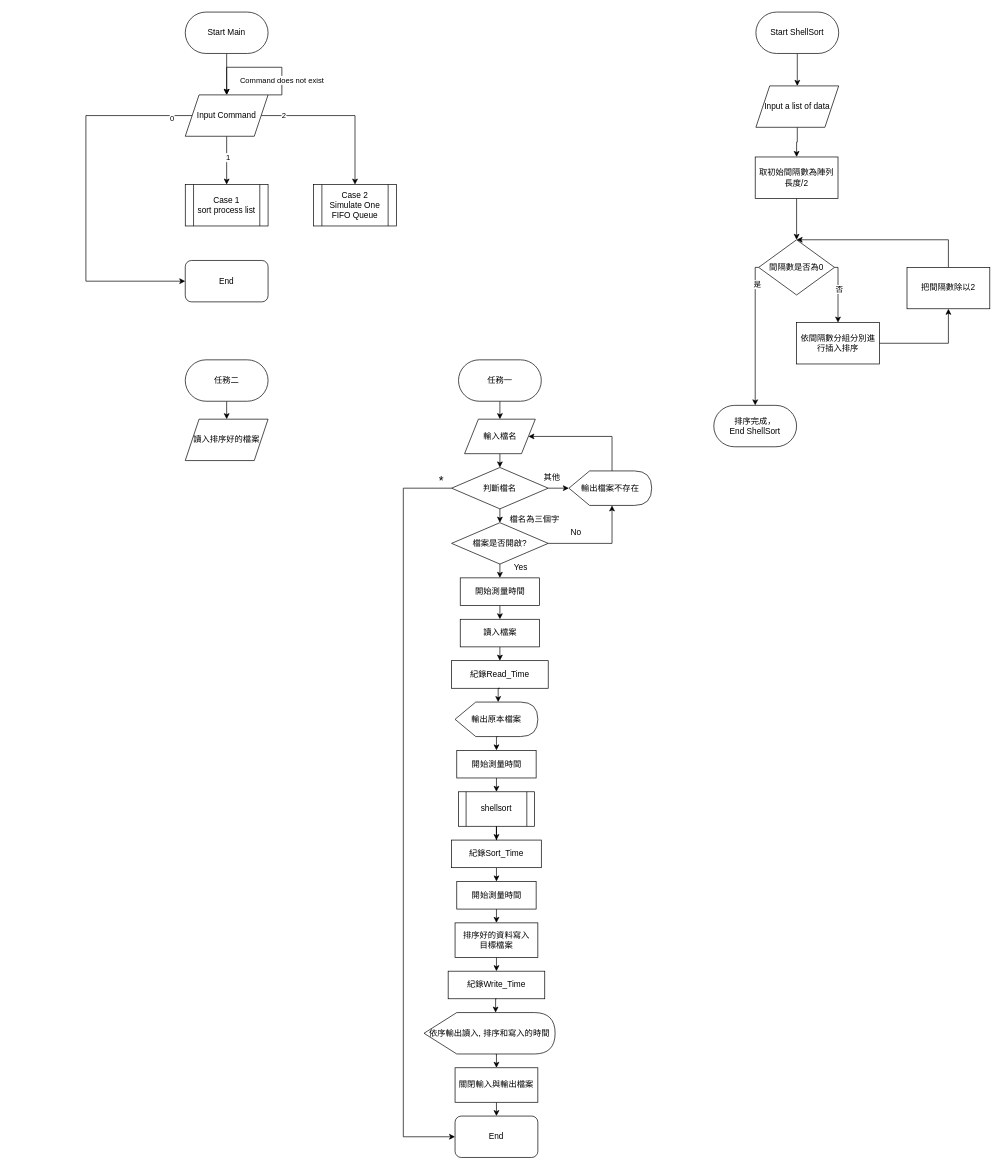
Earlier version of the draw.io diagram DS1ex3_19_11127137_11127152/DS1ex3.drawio (ja-errorpro/CYCS_DS). Source tidied: cells renumbered, new cells numbered last; positions are measured from the earlier drawing's top-left corner, leaving out a move shared by most shapes. Both pictures are drawn from the tidied source at 69%, with x=0, y=0 at pixel (86, 12).
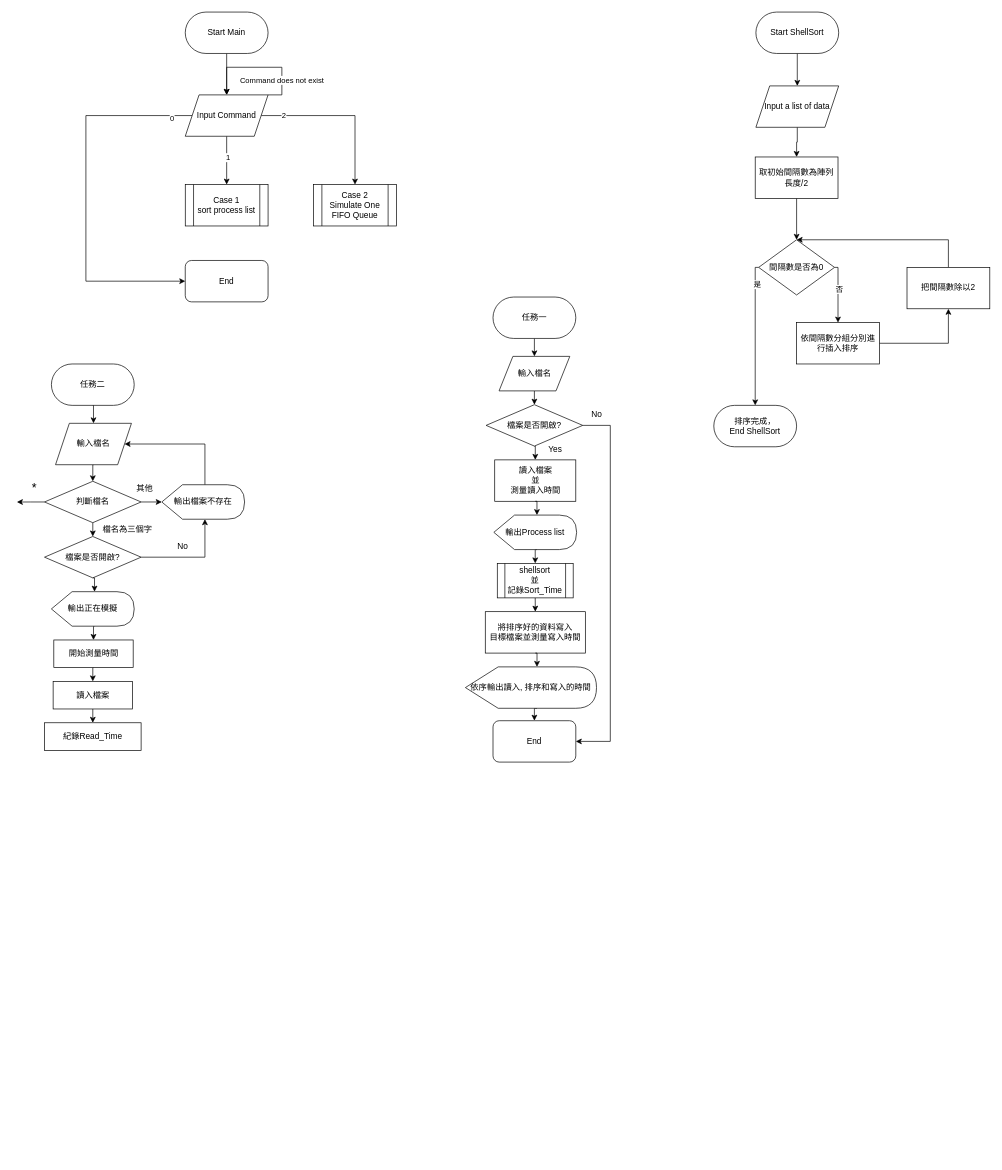
After the change.

The edit, as a diff of the source:
```diff
@@
     <mxCell id="33" value="任務二" style="rounded=1;whiteSpace=wrap;html=1;arcSize=50;" parent="1" vertex="1">
-      <mxGeometry x="144" y="504" width="120" height="60" as="geometry" />
+      <mxGeometry x="-50" y="510" width="120" height="60" as="geometry" />
     </mxCell>
+    <mxCell id="78" style="edgeStyle=orthogonalEdgeStyle;rounded=0;jettySize=auto;html=1;exitX=0.5;exitY=1;exitDx=0;exitDy=0;entryX=0.5;entryY=0;entryDx=0;entryDy=0;" parent="1" edge="1" source="34" target="40">
+      <mxGeometry relative="1" as="geometry" />
+    </mxCell>
-    <mxCell id="34" value="讀入排序好的檔案" style="shape=parallelogram;perimeter=parallelogramPerimeter;whiteSpace=wrap;html=1;fixedSize=1;" parent="1" vertex="1">
-      <mxGeometry x="144" y="590" width="120" height="60" as="geometry" />
+    <mxCell id="34" value="輸入檔名" style="shape=parallelogram;perimeter=parallelogramPerimeter;whiteSpace=wrap;html=1;fixedSize=1;" parent="1" vertex="1">
+      <mxGeometry x="-44" y="596" width="110" height="60" as="geometry" />
     </mxCell>
     <mxCell id="35" style="edgeStyle=orthogonalEdgeStyle;rounded=0;jettySize=auto;html=1;exitX=0.5;exitY=1;exitDx=0;exitDy=0;entryX=0.5;entryY=0;entryDx=0;entryDy=0;" parent="1" edge="1" source="36">
       <mxGeometry relative="1" as="geometry">
-        <mxPoint x="600" y="590" as="targetPoint" />
+        <mxPoint x="650" y="499" as="targetPoint" />
       </mxGeometry>
     </mxCell>
     <mxCell id="36" value="任務一" style="rounded=1;whiteSpace=wrap;html=1;arcSize=50;" parent="1" vertex="1">
-      <mxGeometry x="540" y="504" width="120" height="60" as="geometry" />
+      <mxGeometry x="590" y="413" width="120" height="60" as="geometry" />
     </mxCell>
-    <mxCell id="37" style="edgeStyle=orthogonalEdgeStyle;rounded=0;jettySize=auto;html=1;exitX=0.5;exitY=1;exitDx=0;exitDy=0;entryX=0.5;entryY=0;entryDx=0;entryDy=0;" parent="1" edge="1" target="40">
+    <mxCell id="37" style="edgeStyle=orthogonalEdgeStyle;rounded=0;orthogonalLoop=1;jettySize=auto;html=1;exitX=0.5;exitY=1;exitDx=0;exitDy=0;entryX=0.5;entryY=0;entryDx=0;entryDy=0;" parent="1" edge="1">
       <mxGeometry relative="1" as="geometry">
-        <mxPoint x="600" y="640" as="sourcePoint" />
+        <mxPoint x="650" y="549" as="sourcePoint" />
+        <mxPoint x="650" y="569" as="targetPoint" />
       </mxGeometry>
     </mxCell>
-    <mxCell id="38" style="edgeStyle=orthogonalEdgeStyle;rounded=0;jettySize=auto;html=1;exitX=0.5;exitY=1;exitDx=0;exitDy=0;entryX=0.5;entryY=0;entryDx=0;entryDy=0;" parent="1" edge="1" source="40">
-      <mxGeometry relative="1" as="geometry">
-        <mxPoint x="600" y="740" as="targetPoint" />
-      </mxGeometry>
-    </mxCell>
-    <mxCell id="39" style="edgeStyle=orthogonalEdgeStyle;rounded=0;jettySize=auto;html=1;exitX=0;exitY=0.5;exitDx=0;exitDy=0;entryX=0;entryY=0.5;entryDx=0;entryDy=0;" parent="1" edge="1" source="40" target="58">
-      <mxGeometry relative="1" as="geometry">
-        <Array as="points">
-          <mxPoint x="460" y="690" />
-          <mxPoint x="460" y="1630" />
-        </Array>
-      </mxGeometry>
-    </mxCell>
+    <mxCell id="43" value="讀入檔案&lt;br&gt;並&lt;br&gt;測量讀入時間" style="rounded=0;whiteSpace=wrap;html=1;" parent="1" vertex="1">
+      <mxGeometry x="592.5" y="649" width="117.5" height="60" as="geometry" />
+    </mxCell>
+    <mxCell id="79" style="edgeStyle=orthogonalEdgeStyle;rounded=0;jettySize=auto;html=1;exitX=0;exitY=0;exitDx=62.5;exitDy=50;exitPerimeter=0;entryX=0.5;entryY=0;entryDx=0;entryDy=0;" parent="1" edge="1" source="48" target="67">
+      <mxGeometry relative="1" as="geometry" />
+    </mxCell>
+    <mxCell id="48" value="輸出Process list" style="shape=display;whiteSpace=wrap;html=1;" parent="1" vertex="1">
+      <mxGeometry x="591.2" y="729" width="120" height="50" as="geometry" />
+    </mxCell>
+    <mxCell id="53" value="將排序好的資料寫入&lt;br&gt;目標檔案並測量寫入時間" style="rounded=0;whiteSpace=wrap;html=1;" parent="1" vertex="1">
+      <mxGeometry x="578.8" y="869" width="145" height="60" as="geometry" />
+    </mxCell>
+    <mxCell id="80" style="edgeStyle=orthogonalEdgeStyle;rounded=0;jettySize=auto;html=1;exitX=0;exitY=0;exitDx=103.75;exitDy=60;exitPerimeter=0;entryX=0.5;entryY=0;entryDx=0;entryDy=0;" parent="1" edge="1" source="55" target="58">
+      <mxGeometry relative="1" as="geometry" />
+    </mxCell>
+    <mxCell id="55" value="依序輸出讀入, 排序和寫入的時間" style="shape=display;whiteSpace=wrap;html=1;" parent="1" vertex="1">
+      <mxGeometry x="550" y="949" width="190" height="60" as="geometry" />
+    </mxCell>
+    <mxCell id="58" value="End" style="rounded=1;whiteSpace=wrap;html=1;" parent="1" vertex="1">
+      <mxGeometry x="590" y="1027" width="120" height="60" as="geometry" />
+    </mxCell>
+    <mxCell id="61" value="輸入檔名" style="shape=parallelogram;perimeter=parallelogramPerimeter;whiteSpace=wrap;html=1;fixedSize=1;" parent="1" vertex="1">
+      <mxGeometry x="598.8" y="499" width="102.5" height="50" as="geometry" />
+    </mxCell>
+    <mxCell id="62" style="edgeStyle=orthogonalEdgeStyle;rounded=0;jettySize=auto;html=1;exitX=0.5;exitY=1;exitDx=0;exitDy=0;entryX=0.5;entryY=0;entryDx=0;entryDy=0;" parent="1" edge="1" source="63" target="43">
+      <mxGeometry relative="1" as="geometry" />
+    </mxCell>
+    <mxCell id="81" style="edgeStyle=orthogonalEdgeStyle;rounded=0;jettySize=auto;html=1;exitX=1;exitY=0.5;exitDx=0;exitDy=0;entryX=1;entryY=0.5;entryDx=0;entryDy=0;" parent="1" edge="1" source="63" target="58">
+      <mxGeometry relative="1" as="geometry">
+        <Array as="points">
+          <mxPoint x="760" y="599" />
+          <mxPoint x="760" y="1057" />
+        </Array>
+      </mxGeometry>
+    </mxCell>
+    <mxCell id="63" value="檔案是否開啟?" style="rhombus;whiteSpace=wrap;html=1;" parent="1" vertex="1">
+      <mxGeometry x="580" y="569" width="140" height="60" as="geometry" />
+    </mxCell>
+    <mxCell id="82" style="edgeStyle=orthogonalEdgeStyle;rounded=0;jettySize=auto;html=1;exitX=0.5;exitY=1;exitDx=0;exitDy=0;entryX=0.5;entryY=0;entryDx=0;entryDy=0;" parent="1" edge="1" source="67" target="53">
+      <mxGeometry relative="1" as="geometry" />
+    </mxCell>
+    <mxCell id="67" value="shellsort&lt;br&gt;並&lt;br&gt;記錄Sort_Time" style="shape=process;whiteSpace=wrap;html=1;backgroundOutline=1;" parent="1" vertex="1">
+      <mxGeometry x="596.2" y="799" width="110" height="50" as="geometry" />
+    </mxCell>
+    <mxCell id="74" value="No" style="text;html=1;align=center;verticalAlign=middle;strokeColor=none;fillColor=none;" parent="1" vertex="1">
+      <mxGeometry x="720" y="569" width="40" height="30" as="geometry" />
+    </mxCell>
+    <mxCell id="75" value="Yes" style="text;html=1;align=center;verticalAlign=middle;strokeColor=none;fillColor=none;" parent="1" vertex="1">
+      <mxGeometry x="660" y="619" width="40" height="30" as="geometry" />
+    </mxCell>
+    <mxCell id="83" style="edgeStyle=orthogonalEdgeStyle;rounded=0;jettySize=auto;html=1;exitX=0;exitY=0.5;exitDx=0;exitDy=0;" parent="1" edge="1" source="40">
+      <mxGeometry relative="1" as="geometry">
+        <mxPoint x="-100" y="710.1" as="targetPoint" />
+      </mxGeometry>
+    </mxCell>
+    <mxCell id="84" style="edgeStyle=orthogonalEdgeStyle;rounded=0;jettySize=auto;html=1;exitX=0.5;exitY=1;exitDx=0;exitDy=0;entryX=0.5;entryY=0;entryDx=0;entryDy=0;" parent="1" edge="1" source="40" target="86">
+      <mxGeometry relative="1" as="geometry" />
+    </mxCell>
     <mxCell id="40" value="判斷檔名" style="rhombus;whiteSpace=wrap;html=1;" parent="1" vertex="1">
-      <mxGeometry x="530" y="660" width="140" height="60" as="geometry" />
+      <mxGeometry x="-60" y="680" width="140" height="60" as="geometry" />
     </mxCell>
+    <mxCell id="68" value="&lt;font style=&quot;font-size: 18px;&quot;&gt;*&lt;/font&gt;" style="text;html=1;align=center;verticalAlign=middle;strokeColor=none;fillColor=none;" parent="1" vertex="1">
+      <mxGeometry x="-90" y="670" width="30" height="40" as="geometry" />
+    </mxCell>
+    <mxCell id="85" style="edgeStyle=orthogonalEdgeStyle;rounded=0;jettySize=auto;html=1;exitX=0;exitY=0;exitDx=62.500000000000014;exitDy=0;exitPerimeter=0;entryX=1;entryY=0.5;entryDx=0;entryDy=0;" parent="1" edge="1" source="70" target="34">
+      <mxGeometry relative="1" as="geometry">
+        <Array as="points">
+          <mxPoint x="173" y="626" />
+        </Array>
+      </mxGeometry>
+    </mxCell>
+    <mxCell id="70" value="輸出檔案不存在" style="shape=display;whiteSpace=wrap;html=1;" parent="1" vertex="1">
+      <mxGeometry x="110" y="685" width="120" height="50" as="geometry" />
+    </mxCell>
+    <mxCell id="71" style="edgeStyle=orthogonalEdgeStyle;rounded=0;jettySize=auto;html=1;exitX=1;exitY=0.5;exitDx=0;exitDy=0;entryX=0;entryY=0.5;entryDx=0;entryDy=0;entryPerimeter=0;" parent="1" edge="1" source="40" target="70">
+      <mxGeometry relative="1" as="geometry" />
+    </mxCell>
+    <mxCell id="72" value="其他" style="text;html=1;align=center;verticalAlign=middle;strokeColor=none;fillColor=none;" parent="1" vertex="1">
+      <mxGeometry x="60" y="675" width="50" height="30" as="geometry" />
+    </mxCell>
+    <mxCell id="86" value="檔案是否開啟?" style="rhombus;whiteSpace=wrap;html=1;" parent="1" vertex="1">
+      <mxGeometry x="-60" y="760" width="140" height="60" as="geometry" />
+    </mxCell>
     <mxCell id="41" value="檔名為三個字" style="text;html=1;align=center;verticalAlign=middle;strokeColor=none;fillColor=none;" parent="1" vertex="1">
-      <mxGeometry x="600" y="720" width="100" height="30" as="geometry" />
+      <mxGeometry x="10" y="735" width="100" height="30" as="geometry" />
     </mxCell>
-    <mxCell id="42" style="edgeStyle=orthogonalEdgeStyle;rounded=0;jettySize=auto;html=1;exitX=0.5;exitY=1;exitDx=0;exitDy=0;entryX=0.5;entryY=0;entryDx=0;entryDy=0;" parent="1" edge="1" source="43" target="45">
-      <mxGeometry relative="1" as="geometry" />
-    </mxCell>
-    <mxCell id="43" value="開始測量時間" style="rounded=0;whiteSpace=wrap;html=1;" parent="1" vertex="1">
-      <mxGeometry x="542.5" y="820" width="115" height="40" as="geometry" />
-    </mxCell>
+    <mxCell id="87" style="edgeStyle=orthogonalEdgeStyle;rounded=0;jettySize=auto;html=1;exitX=1;exitY=0.5;exitDx=0;exitDy=0;entryX=0;entryY=0;entryDx=62.500000000000014;entryDy=50;entryPerimeter=0;" parent="1" edge="1" source="86" target="70">
+      <mxGeometry relative="1" as="geometry" />
+    </mxCell>
+    <mxCell id="88" value="No" style="text;html=1;align=center;verticalAlign=middle;strokeColor=none;fillColor=none;" parent="1" vertex="1">
+      <mxGeometry x="120" y="760" width="40" height="30" as="geometry" />
+    </mxCell>
+    <mxCell id="89" style="edgeStyle=orthogonalEdgeStyle;rounded=0;jettySize=auto;html=1;exitX=0;exitY=0;exitDx=62.500000000000014;exitDy=50;exitPerimeter=0;entryX=0.5;entryY=0;entryDx=0;entryDy=0;" parent="1" edge="1" source="90" target="93">
+      <mxGeometry relative="1" as="geometry" />
+    </mxCell>
+    <mxCell id="90" value="輸出正在模擬" style="shape=display;whiteSpace=wrap;html=1;" parent="1" vertex="1">
+      <mxGeometry x="-50" y="840" width="120" height="50" as="geometry" />
+    </mxCell>
+    <mxCell id="91" style="edgeStyle=orthogonalEdgeStyle;rounded=0;jettySize=auto;html=1;exitX=0.5;exitY=1;exitDx=0;exitDy=0;entryX=0;entryY=0;entryDx=62.500000000000014;entryDy=0;entryPerimeter=0;" parent="1" edge="1" source="86" target="90">
+      <mxGeometry relative="1" as="geometry" />
+    </mxCell>
+    <mxCell id="92" style="edgeStyle=orthogonalEdgeStyle;rounded=0;jettySize=auto;html=1;exitX=0.5;exitY=1;exitDx=0;exitDy=0;entryX=0.5;entryY=0;entryDx=0;entryDy=0;" parent="1" edge="1" source="93" target="45">
+      <mxGeometry relative="1" as="geometry" />
+    </mxCell>
+    <mxCell id="93" value="開始測量時間" style="rounded=0;whiteSpace=wrap;html=1;" parent="1" vertex="1">
+      <mxGeometry x="-46.5" y="910" width="115" height="40" as="geometry" />
+    </mxCell>
@@
     <mxCell id="45" value="讀入檔案" style="rounded=0;whiteSpace=wrap;html=1;" parent="1" vertex="1">
-      <mxGeometry x="542.5" y="880" width="115" height="40" as="geometry" />
+      <mxGeometry x="-47.5" y="970" width="115" height="40" as="geometry" />
     </mxCell>
     <mxCell id="46" value="紀錄Read_Time" style="rounded=0;whiteSpace=wrap;html=1;" parent="1" vertex="1">
-      <mxGeometry x="530" y="940" width="140" height="40" as="geometry" />
+      <mxGeometry x="-60" y="1030" width="140" height="40" as="geometry" />
     </mxCell>
-    <mxCell id="47" style="edgeStyle=orthogonalEdgeStyle;rounded=0;jettySize=auto;html=1;exitX=0;exitY=0;exitDx=62.5;exitDy=50;exitPerimeter=0;entryX=0.5;entryY=0;entryDx=0;entryDy=0;" parent="1" edge="1" source="48" target="60">
-      <mxGeometry relative="1" as="geometry" />
-    </mxCell>
-    <mxCell id="48" value="輸出原本檔案" style="shape=display;whiteSpace=wrap;html=1;" parent="1" vertex="1">
-      <mxGeometry x="535" y="1000" width="120" height="50" as="geometry" />
-    </mxCell>
-    <mxCell id="49" style="edgeStyle=orthogonalEdgeStyle;rounded=0;jettySize=auto;html=1;exitX=0.5;exitY=1;exitDx=0;exitDy=0;entryX=0.5;entryY=0;entryDx=0;entryDy=0;" parent="1" edge="1" source="50" target="65">
-      <mxGeometry relative="1" as="geometry" />
-    </mxCell>
-    <mxCell id="50" value="紀錄Sort_Time" style="rounded=0;whiteSpace=wrap;html=1;" parent="1" vertex="1">
-      <mxGeometry x="530" y="1200" width="130" height="40" as="geometry" />
-    </mxCell>
-    <mxCell id="51" value="紀錄Write_Time" style="rounded=0;whiteSpace=wrap;html=1;" parent="1" vertex="1">
-      <mxGeometry x="525" y="1390" width="140" height="40" as="geometry" />
-    </mxCell>
-    <mxCell id="52" style="edgeStyle=orthogonalEdgeStyle;rounded=0;jettySize=auto;html=1;exitX=0.5;exitY=1;exitDx=0;exitDy=0;entryX=0.5;entryY=0;entryDx=0;entryDy=0;" parent="1" edge="1" source="53" target="51">
-      <mxGeometry relative="1" as="geometry" />
-    </mxCell>
-    <mxCell id="53" value="排序好的資料寫入&lt;br&gt;目標檔案" style="rounded=0;whiteSpace=wrap;html=1;" parent="1" vertex="1">
-      <mxGeometry x="535" y="1320" width="120" height="50" as="geometry" />
-    </mxCell>
-    <mxCell id="54" style="edgeStyle=orthogonalEdgeStyle;rounded=0;jettySize=auto;html=1;exitX=0;exitY=0;exitDx=103.75;exitDy=60;exitPerimeter=0;entryX=0.5;entryY=0;entryDx=0;entryDy=0;" parent="1" edge="1" source="55" target="57">
-      <mxGeometry relative="1" as="geometry" />
-    </mxCell>
-    <mxCell id="55" value="依序輸出讀入, 排序和寫入的時間" style="shape=display;whiteSpace=wrap;html=1;" parent="1" vertex="1">
-      <mxGeometry x="490" y="1450" width="190" height="60" as="geometry" />
-    </mxCell>
-    <mxCell id="56" style="edgeStyle=orthogonalEdgeStyle;rounded=0;jettySize=auto;html=1;exitX=0.5;exitY=1;exitDx=0;exitDy=0;entryX=0.5;entryY=0;entryDx=0;entryDy=0;" parent="1" edge="1" source="57" target="58">
-      <mxGeometry relative="1" as="geometry" />
-    </mxCell>
-    <mxCell id="57" value="關閉輸入與輸出檔案" style="rounded=0;whiteSpace=wrap;html=1;" parent="1" vertex="1">
-      <mxGeometry x="535" y="1530" width="120" height="50" as="geometry" />
-    </mxCell>
-    <mxCell id="58" value="End" style="rounded=1;whiteSpace=wrap;html=1;" parent="1" vertex="1">
-      <mxGeometry x="535" y="1600" width="120" height="60" as="geometry" />
-    </mxCell>
-    <mxCell id="59" style="edgeStyle=orthogonalEdgeStyle;rounded=0;jettySize=auto;html=1;exitX=0.5;exitY=1;exitDx=0;exitDy=0;entryX=0.5;entryY=0;entryDx=0;entryDy=0;" parent="1" edge="1" source="60" target="67">
-      <mxGeometry relative="1" as="geometry" />
-    </mxCell>
-    <mxCell id="60" value="開始測量時間" style="rounded=0;whiteSpace=wrap;html=1;" parent="1" vertex="1">
-      <mxGeometry x="537.5" y="1070" width="115" height="40" as="geometry" />
-    </mxCell>
-    <mxCell id="61" value="輸入檔名" style="shape=parallelogram;perimeter=parallelogramPerimeter;whiteSpace=wrap;html=1;fixedSize=1;" parent="1" vertex="1">
-      <mxGeometry x="548.8" y="590" width="102.5" height="50" as="geometry" />
-    </mxCell>
-    <mxCell id="62" style="edgeStyle=orthogonalEdgeStyle;rounded=0;jettySize=auto;html=1;exitX=0.5;exitY=1;exitDx=0;exitDy=0;entryX=0.5;entryY=0;entryDx=0;entryDy=0;" parent="1" edge="1" source="63" target="43">
-      <mxGeometry relative="1" as="geometry" />
-    </mxCell>
-    <mxCell id="63" value="檔案是否開啟?" style="rhombus;whiteSpace=wrap;html=1;" parent="1" vertex="1">
-      <mxGeometry x="530" y="740" width="140" height="60" as="geometry" />
-    </mxCell>
-    <mxCell id="64" style="edgeStyle=orthogonalEdgeStyle;rounded=0;jettySize=auto;html=1;exitX=0.5;exitY=1;exitDx=0;exitDy=0;entryX=0.5;entryY=0;entryDx=0;entryDy=0;" parent="1" edge="1" source="65" target="53">
-      <mxGeometry relative="1" as="geometry" />
-    </mxCell>
-    <mxCell id="65" value="開始測量時間" style="rounded=0;whiteSpace=wrap;html=1;" parent="1" vertex="1">
-      <mxGeometry x="537.5" y="1260" width="115" height="40" as="geometry" />
-    </mxCell>
-    <mxCell id="66" style="edgeStyle=orthogonalEdgeStyle;rounded=0;jettySize=auto;html=1;exitX=0.5;exitY=1;exitDx=0;exitDy=0;" parent="1" edge="1" source="67" target="50">
-      <mxGeometry relative="1" as="geometry" />
-    </mxCell>
-    <mxCell id="67" value="shellsort" style="shape=process;whiteSpace=wrap;html=1;backgroundOutline=1;" parent="1" vertex="1">
-      <mxGeometry x="540" y="1130" width="110" height="50" as="geometry" />
-    </mxCell>
-    <mxCell id="68" value="&lt;font style=&quot;font-size: 18px;&quot;&gt;*&lt;/font&gt;" style="text;html=1;align=center;verticalAlign=middle;strokeColor=none;fillColor=none;" parent="1" vertex="1">
-      <mxGeometry x="500" y="660" width="30" height="40" as="geometry" />
-    </mxCell>
-    <mxCell id="69" style="edgeStyle=orthogonalEdgeStyle;rounded=0;jettySize=auto;html=1;exitX=0;exitY=0;exitDx=62.5;exitDy=0;exitPerimeter=0;entryX=1;entryY=0.5;entryDx=0;entryDy=0;" parent="1" edge="1" source="70" target="61">
-      <mxGeometry relative="1" as="geometry">
-        <Array as="points">
-          <mxPoint x="763" y="615" />
-        </Array>
-      </mxGeometry>
-    </mxCell>
-    <mxCell id="70" value="輸出檔案不存在" style="shape=display;whiteSpace=wrap;html=1;" parent="1" vertex="1">
-      <mxGeometry x="700" y="665" width="120" height="50" as="geometry" />
-    </mxCell>
-    <mxCell id="71" style="edgeStyle=orthogonalEdgeStyle;rounded=0;jettySize=auto;html=1;exitX=1;exitY=0.5;exitDx=0;exitDy=0;entryX=0;entryY=0.5;entryDx=0;entryDy=0;entryPerimeter=0;" parent="1" edge="1" source="40" target="70">
-      <mxGeometry relative="1" as="geometry" />
-    </mxCell>
-    <mxCell id="72" value="其他" style="text;html=1;align=center;verticalAlign=middle;strokeColor=none;fillColor=none;" parent="1" vertex="1">
-      <mxGeometry x="650" y="660" width="50" height="30" as="geometry" />
-    </mxCell>
-    <mxCell id="73" style="edgeStyle=orthogonalEdgeStyle;rounded=0;jettySize=auto;html=1;exitX=1;exitY=0.5;exitDx=0;exitDy=0;entryX=0;entryY=0;entryDx=62.5;entryDy=50;entryPerimeter=0;" parent="1" edge="1" source="63" target="70">
-      <mxGeometry relative="1" as="geometry" />
-    </mxCell>
-    <mxCell id="74" value="No" style="text;html=1;align=center;verticalAlign=middle;strokeColor=none;fillColor=none;" parent="1" vertex="1">
-      <mxGeometry x="690" y="740" width="40" height="30" as="geometry" />
-    </mxCell>
-    <mxCell id="75" value="Yes" style="text;html=1;align=center;verticalAlign=middle;strokeColor=none;fillColor=none;" parent="1" vertex="1">
-      <mxGeometry x="610" y="790" width="40" height="30" as="geometry" />
-    </mxCell>
-    <mxCell id="76" style="edgeStyle=orthogonalEdgeStyle;rounded=0;jettySize=auto;html=1;exitX=0.5;exitY=1;exitDx=0;exitDy=0;entryX=0;entryY=0;entryDx=62.5;entryDy=0;entryPerimeter=0;" parent="1" edge="1" source="46" target="48">
-      <mxGeometry relative="1" as="geometry" />
-    </mxCell>
-    <mxCell id="77" style="edgeStyle=orthogonalEdgeStyle;rounded=0;jettySize=auto;html=1;exitX=0.5;exitY=1;exitDx=0;exitDy=0;entryX=0;entryY=0;entryDx=103.75;entryDy=0;entryPerimeter=0;" parent="1" edge="1" source="51" target="55">
-      <mxGeometry relative="1" as="geometry" />
-    </mxCell>
+    <mxCell id="94" style="edgeStyle=orthogonalEdgeStyle;rounded=0;jettySize=auto;html=1;exitX=0.5;exitY=1;exitDx=0;exitDy=0;entryX=0;entryY=0;entryDx=62.5;entryDy=0;entryPerimeter=0;" parent="1" edge="1" source="43" target="48">
+      <mxGeometry relative="1" as="geometry" />
+    </mxCell>
+    <mxCell id="95" style="edgeStyle=orthogonalEdgeStyle;rounded=0;jettySize=auto;html=1;exitX=0.5;exitY=1;exitDx=0;exitDy=0;entryX=0;entryY=0;entryDx=103.75;entryDy=0;entryPerimeter=0;" parent="1" edge="1" source="53" target="55">
+      <mxGeometry relative="1" as="geometry" />
+    </mxCell>
```
